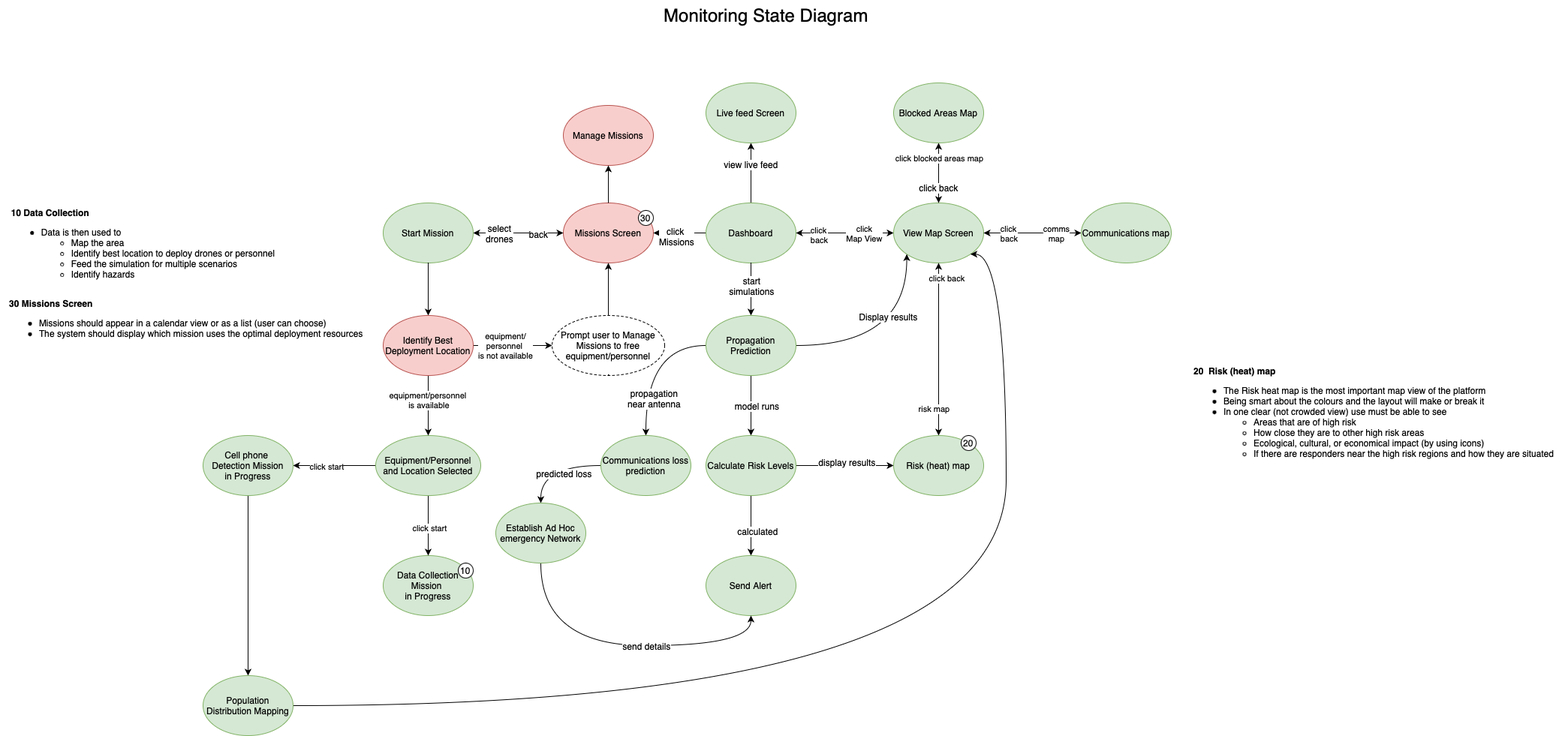
Before: StateDiagrams/Monitoring.drawio.png, a diagram exported from draw.io (Fire-Prevention/fire-prevention). Source tidied: cells renumbered, new cells last; positions are measured from the earlier drawing's top-left corner, leaving out a move shared by most shapes.
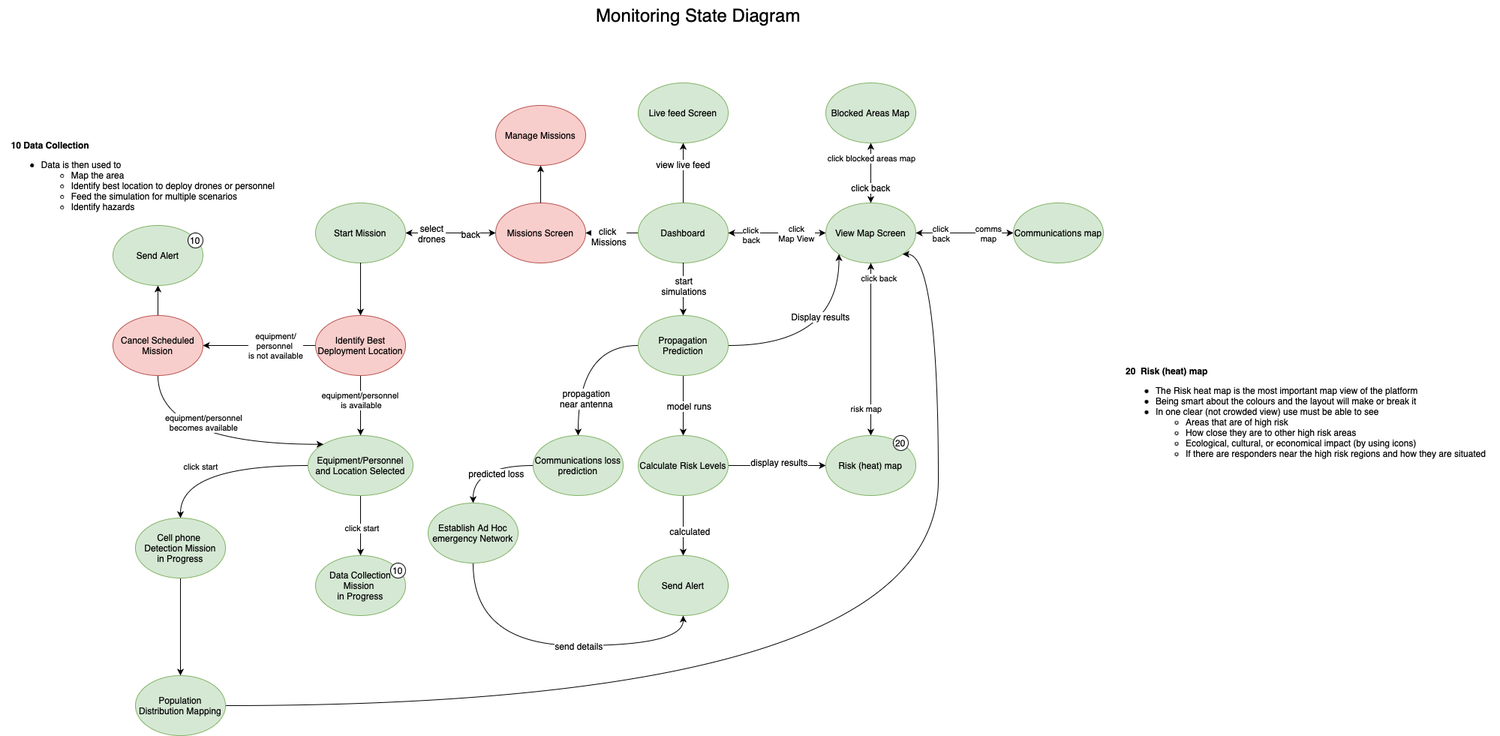
After the change.

Change to the diagram source:
```diff
@@ -73,9 +73,6 @@
     <mxCell id="20" value="Missions Screen" style="ellipse;whiteSpace=wrap;html=1;fillColor=#f8cecc;strokeColor=#b85450;" parent="19" vertex="1">
       <mxGeometry width="120" height="80" as="geometry" />
     </mxCell>
-    <mxCell id="21" value="30" style="ellipse;whiteSpace=wrap;html=1;" parent="19" vertex="1">
-      <mxGeometry x="100" y="10" width="20" height="20" as="geometry" />
-    </mxCell>
     <mxCell id="22" style="edgeStyle=orthogonalEdgeStyle;curved=1;rounded=0;jettySize=auto;html=1;exitX=0;exitY=0.5;exitDx=0;exitDy=0;startArrow=classic;startFill=1;" parent="1" edge="1" source="20" target="25">
       <mxGeometry relative="1" as="geometry" />
     </mxCell>
@@ -111,7 +108,7 @@
       <mxGeometry relative="1" as="geometry" />
     </mxCell>
     <mxCell id="32" value="Cell phone &lt;br&gt;Detection&amp;nbsp;Mission&lt;br&gt;in Progress" style="ellipse;whiteSpace=wrap;html=1;fontSize=12;fillColor=#d5e8d4;strokeColor=#82b366;" parent="1" vertex="1">
-      <mxGeometry x="270" y="580" width="120" height="80" as="geometry" />
+      <mxGeometry x="270" y="690" width="120" height="80" as="geometry" />
     </mxCell>
     <mxCell id="33" style="edgeStyle=orthogonalEdgeStyle;rounded=0;jettySize=auto;html=1;exitX=1;exitY=0.5;exitDx=0;exitDy=0;entryX=1;entryY=1;entryDx=0;entryDy=0;curved=1;" parent="1" edge="1" source="34" target="8">
       <mxGeometry relative="1" as="geometry">
@@ -238,7 +235,7 @@
       <mxGeometry x="100" y="10" width="20" height="20" as="geometry" />
     </mxCell>
     <mxCell id="62" value="&lt;div style=&quot;text-align: left;&quot;&gt;&lt;b&gt;10 Data Collection&lt;/b&gt;&lt;/div&gt;&lt;ul&gt;&lt;li style=&quot;text-align: left;&quot;&gt;Data is then used to&lt;/li&gt;&lt;ul&gt;&lt;li style=&quot;text-align: left;&quot;&gt;Map the area&lt;/li&gt;&lt;li style=&quot;text-align: left;&quot;&gt;Identify best location to deploy drones or personnel&lt;/li&gt;&lt;li style=&quot;text-align: left;&quot;&gt;Feed the simulation for multiple scenarios&lt;/li&gt;&lt;li style=&quot;text-align: left;&quot;&gt;Identify hazards&lt;/li&gt;&lt;/ul&gt;&lt;/ul&gt;" style="text;html=1;align=center;verticalAlign=middle;strokeColor=none;fillColor=none;" parent="1" vertex="1">
-      <mxGeometry y="270" width="380" height="120" as="geometry" />
+      <mxGeometry x="90" y="180" width="380" height="120" as="geometry" />
     </mxCell>
     <mxCell id="63" value="&lt;b&gt;20 &amp;nbsp;Risk (heat) map&lt;/b&gt;&lt;br&gt;&lt;ul&gt;&lt;li&gt;The Risk heat map is the most important map view of the platform&lt;/li&gt;&lt;li&gt;Being smart about the colours and the layout will make or break it&lt;/li&gt;&lt;li&gt;In one clear (not crowded view) use must be able to see&lt;/li&gt;&lt;ul&gt;&lt;li&gt;Areas that are of high risk&lt;/li&gt;&lt;li&gt;How close they are to other high risk areas&lt;/li&gt;&lt;li&gt;Ecological, cultural, or economical impact (by using icons)&lt;/li&gt;&lt;li&gt;If there are responders near the high risk regions and how they are situated&lt;/li&gt;&lt;/ul&gt;&lt;/ul&gt;" style="text;html=1;align=left;verticalAlign=middle;strokeColor=none;fillColor=none;" parent="1" vertex="1">
       <mxGeometry x="1588" y="480" width="500" height="150" as="geometry" />
@@ -270,12 +267,12 @@
     <mxCell id="72" value="equipment/personnel&amp;nbsp;&lt;br style=&quot;border-color: var(--border-color);&quot;&gt;is available" style="edgeLabel;html=1;align=center;verticalAlign=middle;" parent="71" vertex="1">
       <mxGeometry x="-0.2" relative="1" as="geometry" />
     </mxCell>
-    <mxCell id="73" style="edgeStyle=orthogonalEdgeStyle;rounded=0;jettySize=auto;html=1;exitX=1;exitY=0.5;exitDx=0;exitDy=0;curved=1;" parent="1" edge="1" source="75" target="78">
+    <mxCell id="73" style="edgeStyle=orthogonalEdgeStyle;rounded=0;jettySize=auto;html=1;exitX=0;exitY=0.5;exitDx=0;exitDy=0;curved=1;entryX=1;entryY=0.5;entryDx=0;entryDy=0;" parent="1" edge="1" source="75" target="85">
       <mxGeometry relative="1" as="geometry" />
     </mxCell>
     <mxCell id="74" value="equipment/&lt;br&gt;personnel&amp;nbsp;&lt;br style=&quot;border-color: var(--border-color);&quot;&gt;is not available" style="edgeLabel;html=1;align=center;verticalAlign=middle;" parent="73" vertex="1">
       <mxGeometry x="-0.3" y="3" relative="1" as="geometry">
-        <mxPoint x="5" y="3" as="offset" />
+        <mxPoint x="-1" y="-3" as="offset" />
       </mxGeometry>
     </mxCell>
     <mxCell id="75" value="Identify Best Deployment Location" style="ellipse;whiteSpace=wrap;html=1;fillColor=#f8cecc;strokeColor=#b85450;" parent="1" vertex="1">
@@ -284,20 +281,38 @@
     <mxCell id="76" value="&lt;font style=&quot;font-size: 24px;&quot;&gt;Monitoring State Diagram&lt;/font&gt;" style="text;html=1;align=center;verticalAlign=middle;strokeColor=none;fillColor=none;fontSize=16;" parent="1" vertex="1">
       <mxGeometry x="870" width="300" height="40" as="geometry" />
     </mxCell>
-    <mxCell id="77" style="edgeStyle=orthogonalEdgeStyle;rounded=0;jettySize=auto;html=1;exitX=0.5;exitY=0;exitDx=0;exitDy=0;entryX=0.5;entryY=1;entryDx=0;entryDy=0;curved=1;" parent="1" edge="1" source="78" target="20">
-      <mxGeometry relative="1" as="geometry" />
-    </mxCell>
-    <mxCell id="78" value="Prompt user to Manage Missions to free equipment/personnel" style="ellipse;whiteSpace=wrap;html=1;dashed=1;" parent="1" vertex="1">
-      <mxGeometry x="735" y="420" width="150" height="80" as="geometry" />
-    </mxCell>
     <mxCell id="79" value="Manage Missions" style="ellipse;whiteSpace=wrap;html=1;fillColor=#f8cecc;strokeColor=#b85450;" parent="1" vertex="1">
       <mxGeometry x="750" y="140" width="120" height="80" as="geometry" />
     </mxCell>
     <mxCell id="80" style="edgeStyle=orthogonalEdgeStyle;rounded=0;jettySize=auto;html=1;exitX=0.5;exitY=0;exitDx=0;exitDy=0;" parent="1" edge="1" source="20" target="79">
       <mxGeometry relative="1" as="geometry" />
     </mxCell>
-    <mxCell id="81" value="&lt;b&gt;30 Missions Screen&lt;/b&gt;&lt;br&gt;&lt;ul&gt;&lt;li&gt;Missions should appear in a calendar view or as a list (user can choose)&lt;/li&gt;&lt;li&gt;The system should display which mission uses the optimal deployment resources&lt;/li&gt;&lt;/ul&gt;" style="text;html=1;align=left;verticalAlign=middle;strokeColor=none;fillColor=none;" parent="1" vertex="1">
-      <mxGeometry x="10" y="390" width="500" height="80" as="geometry" />
-    </mxCell>
+    <mxCell id="82" style="edgeStyle=orthogonalEdgeStyle;rounded=0;jettySize=auto;html=1;exitX=0.5;exitY=1;exitDx=0;exitDy=0;entryX=0;entryY=0;entryDx=0;entryDy=0;curved=1;" parent="1" edge="1" source="85" target="70">
+      <mxGeometry relative="1" as="geometry">
+        <Array as="points">
+          <mxPoint x="300" y="592" />
+        </Array>
+      </mxGeometry>
+    </mxCell>
+    <mxCell id="83" value="equipment/personnel &lt;br&gt;becomes available" style="edgeLabel;html=1;align=center;verticalAlign=middle;" parent="82" vertex="1">
+      <mxGeometry x="-0.13" y="29" relative="1" as="geometry">
+        <mxPoint x="16" as="offset" />
+      </mxGeometry>
+    </mxCell>
+    <mxCell id="84" style="edgeStyle=orthogonalEdgeStyle;rounded=0;jettySize=auto;html=1;exitX=0.5;exitY=0;exitDx=0;exitDy=0;curved=1;" parent="1" edge="1" source="85" target="87">
+      <mxGeometry relative="1" as="geometry" />
+    </mxCell>
+    <mxCell id="85" value="Cancel Scheduled Mission" style="ellipse;whiteSpace=wrap;html=1;fillColor=#f8cecc;strokeColor=#b85450;" parent="1" vertex="1">
+      <mxGeometry x="240" y="420" width="120" height="80" as="geometry" />
+    </mxCell>
+    <mxCell id="86" style="group;" parent="1" vertex="1">
+      <mxGeometry x="240" y="300" width="120" height="80" as="geometry" />
+    </mxCell>
+    <mxCell id="87" value="Send Alert" style="ellipse;whiteSpace=wrap;html=1;fillColor=#d5e8d4;strokeColor=#82b366;" parent="86" vertex="1">
+      <mxGeometry width="120" height="80" as="geometry" />
+    </mxCell>
+    <mxCell id="88" value="10" style="ellipse;whiteSpace=wrap;html=1;" parent="86" vertex="1">
+      <mxGeometry x="100" y="10" width="20" height="20" as="geometry" />
+    </mxCell>
   </root>
 </mxGraphModel>
```
